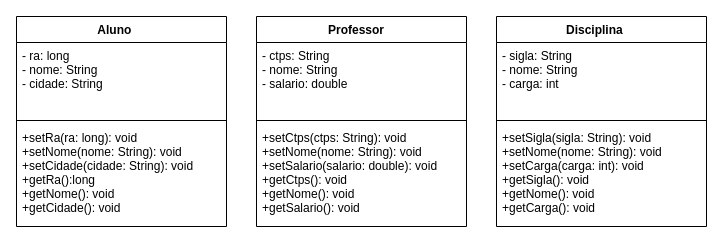
Above: Diagrama sem nome.drawio in ALPpedro/POO (draw.io), before the change. Source tidied: cells renumbered, new cells numbered last; positions are measured from the earlier drawing's top-left corner, leaving out a move shared by most shapes. Both pictures are drawn from the tidied source at 100%, with x=0, y=0 at pixel (16, 16).
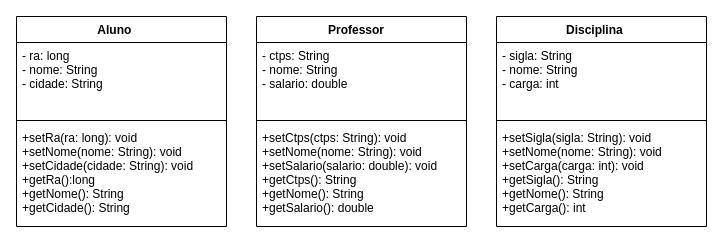
Above is the later version.

Commit message:
Atualiza Diagrama

What changed in the source:
```diff
@@
 <mxGraphModel>
   <root>
     <mxCell id="0" />
     <mxCell id="1" parent="0" />
     <mxCell id="2" value="Aluno    " style="swimlane;fontStyle=1;align=center;verticalAlign=top;horizontal=1;startSize=26;" parent="1" vertex="1">
       <mxGeometry width="210" height="210" as="geometry" />
     </mxCell>
     <mxCell id="3" value="- ra: long&#10;- nome: String&#10;- cidade: String" style="text;strokeColor=none;fillColor=none;align=left;verticalAlign=top;spacingLeft=4;spacingRight=4;overflow=hidden;" parent="2" vertex="1">
       <mxGeometry y="26" width="210" height="74" as="geometry" />
     </mxCell>
     <mxCell id="4" style="line;strokeWidth=1;fillColor=none;align=left;verticalAlign=middle;spacingTop=-1;spacingLeft=3;spacingRight=3;labelPosition=right;strokeColor=inherit;" parent="2" vertex="1">
       <mxGeometry y="100" width="210" height="8" as="geometry" />
     </mxCell>
-    <mxCell id="5" value="+setRa(ra: long): void&#10;+setNome(nome: String): void&#10;+setCidade(cidade: String): void&#10;+getRa():long&#10;+getNome(): void&#10;+getCidade(): void" style="text;strokeColor=none;fillColor=none;align=left;verticalAlign=top;spacingLeft=4;spacingRight=4;overflow=hidden;" parent="2" vertex="1">
+    <mxCell id="5" value="+setRa(ra: long): void&#10;+setNome(nome: String): void&#10;+setCidade(cidade: String): void&#10;+getRa():long&#10;+getNome(): String&#10;+getCidade(): String" style="text;strokeColor=none;fillColor=none;align=left;verticalAlign=top;spacingLeft=4;spacingRight=4;overflow=hidden;" parent="2" vertex="1">
       <mxGeometry y="108" width="210" height="102" as="geometry" />
     </mxCell>
     <mxCell id="6" value="Professor   " style="swimlane;fontStyle=1;align=center;verticalAlign=top;horizontal=1;startSize=26;" parent="1" vertex="1">
       <mxGeometry x="240" width="210" height="210" as="geometry" />
     </mxCell>
     <mxCell id="7" value="- ctps: String&#10;- nome: String&#10;- salario: double" style="text;strokeColor=none;fillColor=none;align=left;verticalAlign=top;spacingLeft=4;spacingRight=4;overflow=hidden;" parent="6" vertex="1">
       <mxGeometry y="26" width="210" height="74" as="geometry" />
     </mxCell>
     <mxCell id="8" style="line;strokeWidth=1;fillColor=none;align=left;verticalAlign=middle;spacingTop=-1;spacingLeft=3;spacingRight=3;labelPosition=right;strokeColor=inherit;" parent="6" vertex="1">
       <mxGeometry y="100" width="210" height="8" as="geometry" />
     </mxCell>
-    <mxCell id="9" value="+setCtps(ctps: String): void&#10;+setNome(nome: String): void&#10;+setSalario(salario: double): void&#10;+getCtps(): void&#10;+getNome(): void&#10;+getSalario(): void&#10;" style="text;strokeColor=none;fillColor=none;align=left;verticalAlign=top;spacingLeft=4;spacingRight=4;overflow=hidden;" parent="6" vertex="1">
+    <mxCell id="9" value="+setCtps(ctps: String): void&#10;+setNome(nome: String): void&#10;+setSalario(salario: double): void&#10;+getCtps(): String&#10;+getNome(): String&#10;+getSalario(): double&#10;" style="text;strokeColor=none;fillColor=none;align=left;verticalAlign=top;spacingLeft=4;spacingRight=4;overflow=hidden;" parent="6" vertex="1">
       <mxGeometry y="108" width="210" height="102" as="geometry" />
     </mxCell>
     <mxCell id="10" value="Disciplina    " style="swimlane;fontStyle=1;align=center;verticalAlign=top;horizontal=1;startSize=26;" parent="1" vertex="1">
       <mxGeometry x="480" width="210" height="210" as="geometry" />
     </mxCell>
     <mxCell id="11" value="- sigla: String&#10;- nome: String&#10;- carga: int" style="text;strokeColor=none;fillColor=none;align=left;verticalAlign=top;spacingLeft=4;spacingRight=4;overflow=hidden;" parent="10" vertex="1">
       <mxGeometry y="26" width="210" height="74" as="geometry" />
     </mxCell>
     <mxCell id="12" style="line;strokeWidth=1;fillColor=none;align=left;verticalAlign=middle;spacingTop=-1;spacingLeft=3;spacingRight=3;labelPosition=right;strokeColor=inherit;" parent="10" vertex="1">
       <mxGeometry y="100" width="210" height="8" as="geometry" />
     </mxCell>
-    <mxCell id="13" value="+setSigla(sigla: String): void&#10;+setNome(nome: String): void&#10;+setCarga(carga: int): void&#10;+getSigla(): void&#10;+getNome(): void&#10;+getCarga(): void" style="text;strokeColor=none;fillColor=none;align=left;verticalAlign=top;spacingLeft=4;spacingRight=4;overflow=hidden;" parent="10" vertex="1">
+    <mxCell id="13" value="+setSigla(sigla: String): void&#10;+setNome(nome: String): void&#10;+setCarga(carga: int): void&#10;+getSigla(): String&#10;+getNome(): String&#10;+getCarga(): int" style="text;strokeColor=none;fillColor=none;align=left;verticalAlign=top;spacingLeft=4;spacingRight=4;overflow=hidden;" parent="10" vertex="1">
       <mxGeometry y="108" width="210" height="102" as="geometry" />
     </mxCell>
   </root>
 </mxGraphModel>
```
